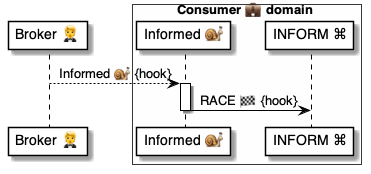
Before: 4 ⚙️ Solution/41 🎭 Domain Roles/Consumers 💼/💼📨 Consumer msgs/Informed 🤵🐌💼/💼 Informed ⚙️ uml.png, a diagram exported from PlantUML (pollyweb-org/pollyweb-docs). Its source is kept beside it as 4 ⚙️ Solution/41 🎭 Domain Roles/Consumers 💼/💼📨 Consumer msgs/Informed 🤵🐌💼/💼 Informed ⚙️ uml.puml. Source of this version:
```plantuml
@startuml Informed@Consumer

participant "Broker 🤵" as helper
box Consumer 💼 domain #FFFFFA
    participant "Informed 🐌" as consumer
    participant "INFORM ⌘" as invites
end box


helper --> consumer: Informed 🐌 {hook}

activate consumer
    consumer -> invites: RACE 🏁 {hook}
deactivate consumer

@enduml
```
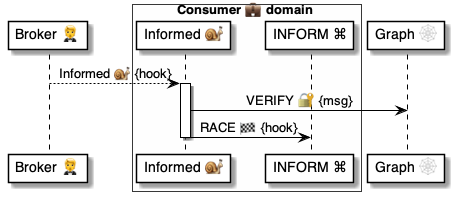
Later version of the same file.

What changed in the source:
```diff
@@ -5,11 +5,13 @@
     participant "Informed 🐌" as consumer
     participant "INFORM ⌘" as invites
 end box
+participant "Graph 🕸" as graph
 
 
 helper --> consumer: Informed 🐌 {hook}
 
 activate consumer
+    consumer -> graph: VERIFY 🔐 {msg}
     consumer -> invites: RACE 🏁 {hook}
 deactivate consumer
 
```
